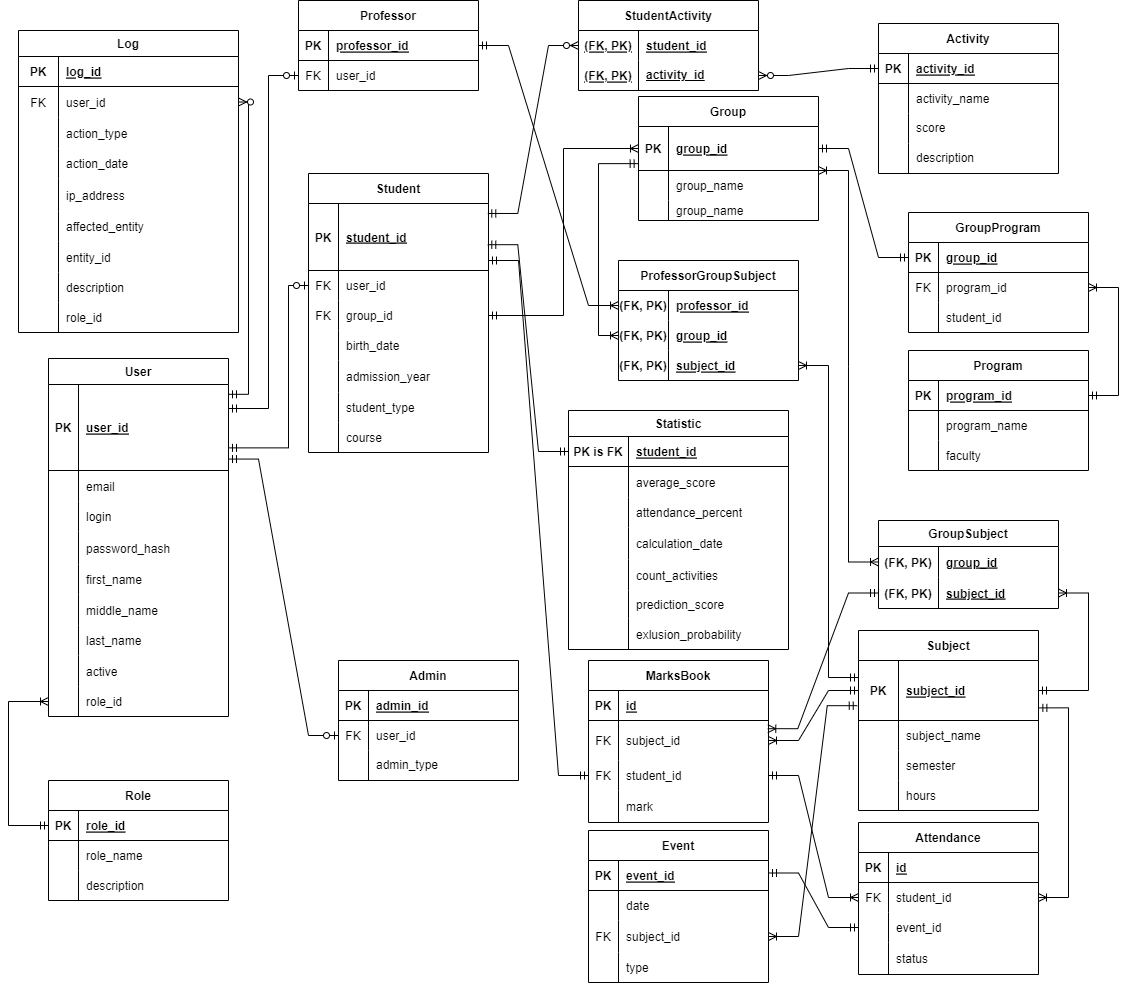
Earlier version of the draw.io export wiki/relation-model-diagram.png (moevm/nosql1h25-studgrade). Source tidied: cells renumbered, new cells last; positions are measured from the earlier drawing's top-left corner, leaving out a move shared by most shapes.
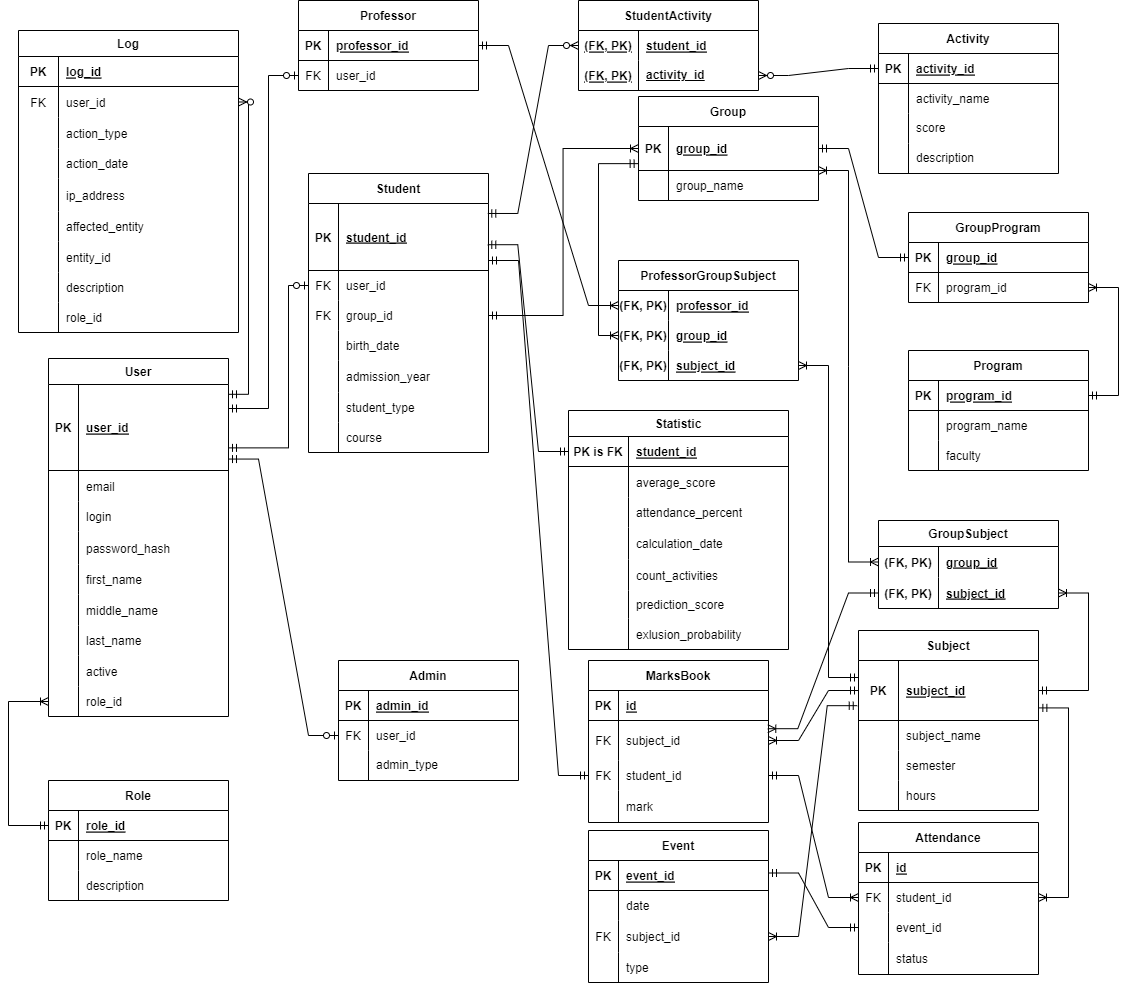
After the change.

The edit, as a diff of the source:
```diff
@@ -385,7 +385,7 @@
       <mxGeometry x="60" width="120" height="31" as="geometry" />
     </mxCell>
     <mxCell id="128" value="Group" style="shape=table;startSize=30;rowLines=0;fontStyle=1;align=center;resizeLastRow=0;" parent="1" vertex="1">
-      <mxGeometry x="630" y="96" width="180" height="124" as="geometry" />
+      <mxGeometry x="630" y="96" width="180" height="104" as="geometry" />
     </mxCell>
     <mxCell id="129" style="shape=tableRow;horizontal=0;startSize=0;swimlaneHead=0;swimlaneBody=0;fillColor=none;points=[[0,0.5],[1,0.5]];portConstraint=eastwest;top=0;left=0;right=0;bottom=1;" parent="128" vertex="1">
       <mxGeometry y="30" width="180" height="44" as="geometry" />
@@ -405,15 +405,6 @@
     <mxCell id="134" value="group_name" style="shape=partialRectangle;fillColor=none;top=0;left=0;bottom=0;right=0;align=left;spacingLeft=6;overflow=hidden;" parent="132" vertex="1">
       <mxGeometry x="30" width="150" height="30" as="geometry" />
     </mxCell>
-    <mxCell id="135" style="shape=tableRow;horizontal=0;startSize=0;swimlaneHead=0;swimlaneBody=0;fillColor=none;top=0;left=0;right=0;bottom=0;" parent="128" vertex="1">
-      <mxGeometry y="104" width="180" height="20" as="geometry" />
-    </mxCell>
-    <mxCell id="136" style="shape=partialRectangle;fillColor=none;top=0;left=0;bottom=0;right=0;overflow=hidden;" parent="135" vertex="1">
-      <mxGeometry width="30" height="20" as="geometry" />
-    </mxCell>
-    <mxCell id="137" value="group_name" style="shape=partialRectangle;fillColor=none;top=0;left=0;bottom=0;right=0;align=left;spacingLeft=6;overflow=hidden;" parent="135" vertex="1">
-      <mxGeometry x="30" width="150" height="20" as="geometry" />
-    </mxCell>
     <mxCell id="138" style="edgeStyle=entityRelationEdgeStyle;fontSize=12;html=1;endArrow=ERoneToMany;startArrow=ERoneToMany;rounded=0;entryX=0;entryY=0.5;entryDx=0;entryDy=0;" parent="1" edge="1" target="122">
       <mxGeometry relative="1" as="geometry">
         <mxPoint x="810" y="170" as="sourcePoint" />
@@ -727,7 +718,7 @@
       <mxGeometry x="30" width="150" height="30" as="geometry" />
     </mxCell>
     <mxCell id="235" value="GroupProgram" style="shape=table;startSize=30;rowLines=0;fontStyle=1;align=center;resizeLastRow=0;" parent="1" vertex="1">
-      <mxGeometry x="900" y="212" width="180" height="120" as="geometry" />
+      <mxGeometry x="900" y="212" width="180" height="90" as="geometry" />
     </mxCell>
     <mxCell id="236" style="shape=tableRow;horizontal=0;startSize=0;swimlaneHead=0;swimlaneBody=0;fillColor=none;points=[[0,0.5],[1,0.5]];portConstraint=eastwest;top=0;left=0;right=0;bottom=1;" parent="235" vertex="1">
       <mxGeometry y="30" width="180" height="30" as="geometry" />
@@ -747,15 +738,6 @@
     <mxCell id="241" value="program_id" style="shape=partialRectangle;fillColor=none;top=0;left=0;bottom=0;right=0;align=left;spacingLeft=6;overflow=hidden;" parent="239" vertex="1">
       <mxGeometry x="30" width="150" height="30" as="geometry" />
     </mxCell>
-    <mxCell id="242" style="shape=tableRow;horizontal=0;startSize=0;swimlaneHead=0;swimlaneBody=0;fillColor=none;top=0;left=0;right=0;bottom=0;" parent="235" vertex="1">
-      <mxGeometry y="90" width="180" height="30" as="geometry" />
-    </mxCell>
-    <mxCell id="243" style="shape=partialRectangle;fillColor=none;top=0;left=0;bottom=0;right=0;overflow=hidden;" parent="242" vertex="1">
-      <mxGeometry width="30" height="30" as="geometry" />
-    </mxCell>
-    <mxCell id="244" value="student_id" style="shape=partialRectangle;fillColor=none;top=0;left=0;bottom=0;right=0;align=left;spacingLeft=6;overflow=hidden;" parent="242" vertex="1">
-      <mxGeometry x="30" width="150" height="30" as="geometry" />
-    </mxCell>
     <mxCell id="245" style="edgeStyle=entityRelationEdgeStyle;fontSize=12;html=1;endArrow=ERmandOne;startArrow=ERmandOne;rounded=0;entryX=0;entryY=0.5;entryDx=0;entryDy=0;exitX=1;exitY=0.5;exitDx=0;exitDy=0;" parent="1" edge="1" source="129" target="236">
       <mxGeometry relative="1" as="geometry" />
     </mxCell>
```
